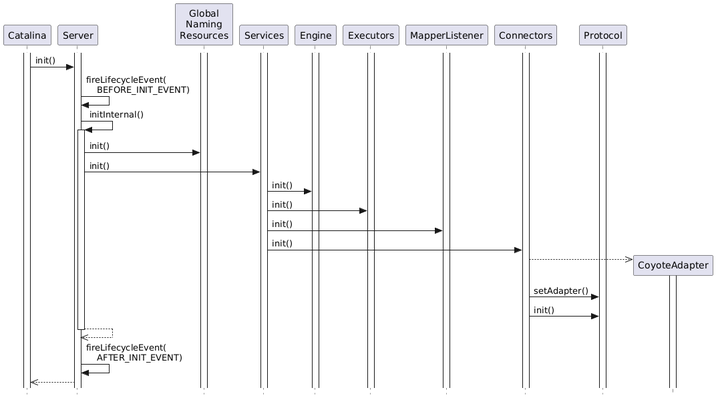
Above: webapps/docs/architecture/startup/2_catalina_init.png in apache/tomcat (PlantUML), before the change.
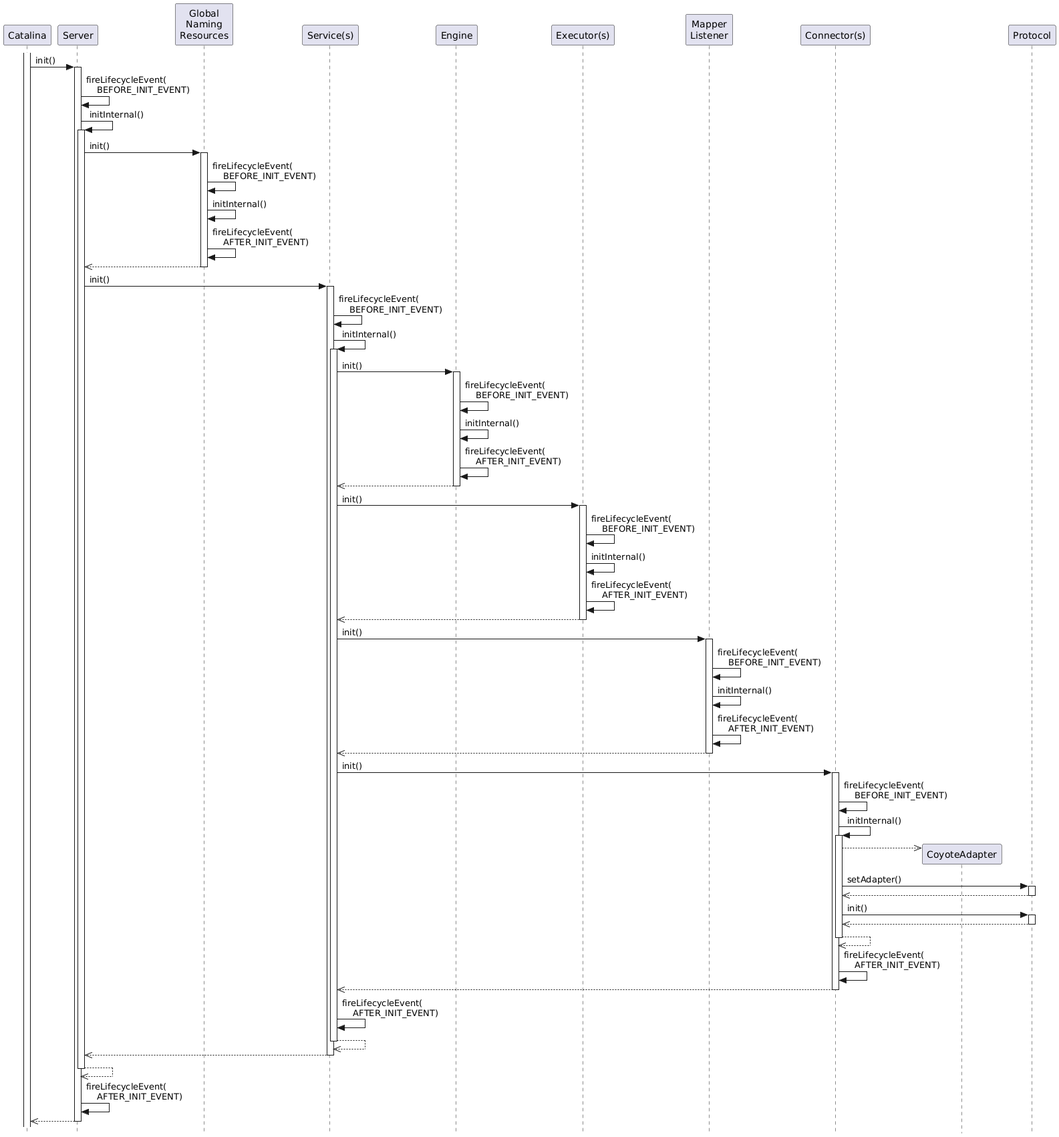
Later version of the same file.

Commit message:
Add lifecycle events, correct activation, use aliases correctly

Diff of the diagram source:
```diff
@@ -5,35 +5,97 @@
 skinparam style strictuml
 
 activate Catalina
-activate Server
-activate "Global\nNaming\nResources"
-activate Services
-activate Engine
-activate Executors
-activate MapperListener
-activate Connectors
-activate Protocol
 
 Catalina -> Server: init()
+activate Server
 
 Server -> Server: fireLifecycleEvent(\n    BEFORE_INIT_EVENT)
 
 Server -> Server: initInternal()
 activate Server
 
-Server -> "Global\nNaming\nResources" : init()
+Server -> "Global\nNaming\nResources" as GNR: init()
+activate GNR
+
+GNR -> GNR: fireLifecycleEvent(\n    BEFORE_INIT_EVENT)
+GNR -> GNR: initInternal()
+GNR -> GNR: fireLifecycleEvent(\n    AFTER_INIT_EVENT)
+
+Server  <<-- GNR
+deactivate GNR
+
 Server -> "Service(s)" as Services: init()
+activate Services
+
+Services -> Services: fireLifecycleEvent(\n    BEFORE_INIT_EVENT)
+
+Services -> Services: initInternal()
+activate Services
 
 Services -> Engine: init()
+activate Engine
+
+Engine -> Engine: fireLifecycleEvent(\n    BEFORE_INIT_EVENT)
+Engine -> Engine: initInternal()
+Engine -> Engine: fireLifecycleEvent(\n    AFTER_INIT_EVENT)
+
+Services <<-- Engine
+deactivate Engine
+
 Services -> "Executor(s)" as Executors: init()
+activate Executors
+
+Executors -> Executors: fireLifecycleEvent(\n    BEFORE_INIT_EVENT)
+Executors -> Executors: initInternal()
+Executors -> Executors: fireLifecycleEvent(\n    AFTER_INIT_EVENT)
+
+Services <<-- Executors
+deactivate Executors
+
 Services -> "Mapper\nListener" as MapperListener: init()
+activate MapperListener
+
+MapperListener -> MapperListener: fireLifecycleEvent(\n    BEFORE_INIT_EVENT)
+MapperListener -> MapperListener: initInternal()
+MapperListener -> MapperListener: fireLifecycleEvent(\n    AFTER_INIT_EVENT)
+
+Services <<-- MapperListener
+deactivate MapperListener
+
 Services -> "Connector(s)" as Connectors: init()
+activate Connectors
+
+Connectors -> Connectors: fireLifecycleEvent(\n    BEFORE_INIT_EVENT)
+Connectors -> Connectors: initInternal()
+activate Connectors
 
 Connectors -->> CoyoteAdapter **
-activate CoyoteAdapter
 
 Connectors -> Protocol: setAdapter()
+activate Protocol
+Connectors <<-- Protocol
+deactivate Protocol
+
 Connectors -> Protocol: init()
+activate Protocol
+Connectors <<-- Protocol
+deactivate Protocol
+
+Connectors -->> Connectors
+deactivate Connectors
+
+Connectors -> Connectors: fireLifecycleEvent(\n    AFTER_INIT_EVENT)
+
+Services <<-- Connectors
+deactivate Connectors
+
+Services -> Services: fireLifecycleEvent(\n    AFTER_INIT_EVENT)
+
+Services -->> Services
+deactivate Services
+
+Server <<-- Services
+deactivate Services
 
 Server -->> Server
 deactivate Server
@@ -41,5 +103,6 @@
 Server -> Server: fireLifecycleEvent(\n    AFTER_INIT_EVENT)
 
 Server -->> Catalina
+deactivate Server
 
 @enduml
```
